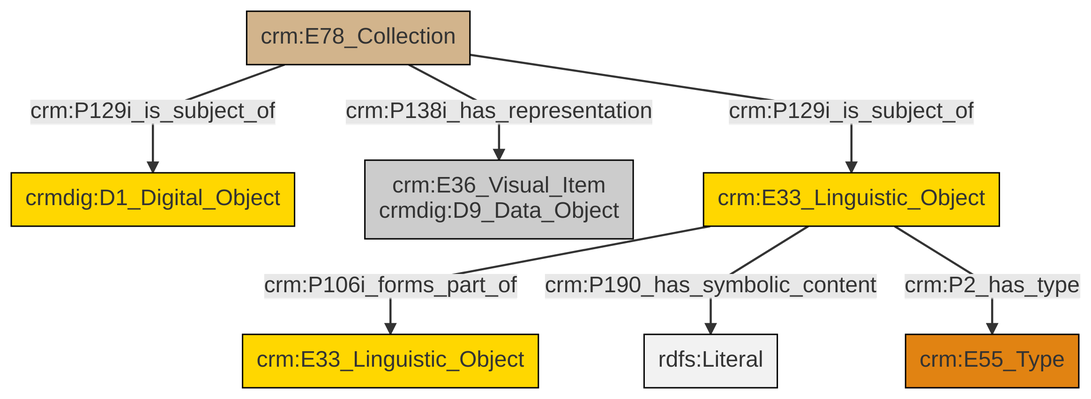
The Mermaid diagram et/archivalCSV/ttl/mmd/png/archival_docs.png in swiss-art-research-net/docs.swissartresearch, before a commit. Its source is kept beside it as et/archivalCSV/ttl/mmd/archival_docs.ttl.mmd.
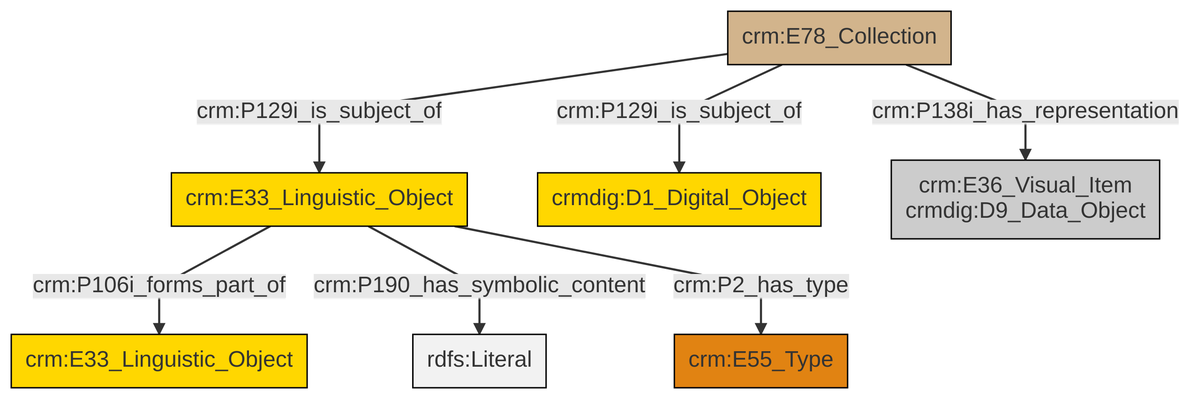
After the commit.

Diff of the diagram source:
```diff
@@ -13,9 +13,9 @@
 classDef PC_Classes fill:#4ce600, stroke:#000000;
 classDef Multi fill:#cccccc,stroke:#000000;
 
-0["crm:E78_Collection"]:::Physical_Thing -->|crm:P129i_is_subject_of| 2["crmdig:D1_Digital_Object"]:::Conceptual_Object
-0["crm:E78_Collection"]:::Physical_Thing -->|crm:P129i_is_subject_of| 7["crm:E33_Linguistic_Object"]:::Conceptual_Object
-0["crm:E78_Collection"]:::Physical_Thing -->|crm:P138i_has_representation| 5["crm:E36_Visual_Item<br>crmdig:D9_Data_Object"]:::Multi
-7["crm:E33_Linguistic_Object"]:::Conceptual_Object -->|crm:P106i_forms_part_of| 10["crm:E33_Linguistic_Object"]:::Conceptual_Object
-7["crm:E33_Linguistic_Object"]:::Conceptual_Object -->|crm:P190_has_symbolic_content| 13[rdfs:Literal]:::Literal
-7["crm:E33_Linguistic_Object"]:::Conceptual_Object -->|crm:P2_has_type| 3["crm:E55_Type"]:::Type
+0["crm:E33_Linguistic_Object"]:::Conceptual_Object -->|crm:P106i_forms_part_of| 1["crm:E33_Linguistic_Object"]:::Conceptual_Object
+5["crm:E78_Collection"]:::Physical_Thing -->|crm:P129i_is_subject_of| 0["crm:E33_Linguistic_Object"]:::Conceptual_Object
+5["crm:E78_Collection"]:::Physical_Thing -->|crm:P129i_is_subject_of| 2["crmdig:D1_Digital_Object"]:::Conceptual_Object
+5["crm:E78_Collection"]:::Physical_Thing -->|crm:P138i_has_representation| 8["crm:E36_Visual_Item<br>crmdig:D9_Data_Object"]:::Multi
+0["crm:E33_Linguistic_Object"]:::Conceptual_Object -->|crm:P190_has_symbolic_content| 12[rdfs:Literal]:::Literal
+0["crm:E33_Linguistic_Object"]:::Conceptual_Object -->|crm:P2_has_type| 6["crm:E55_Type"]:::Type
```
